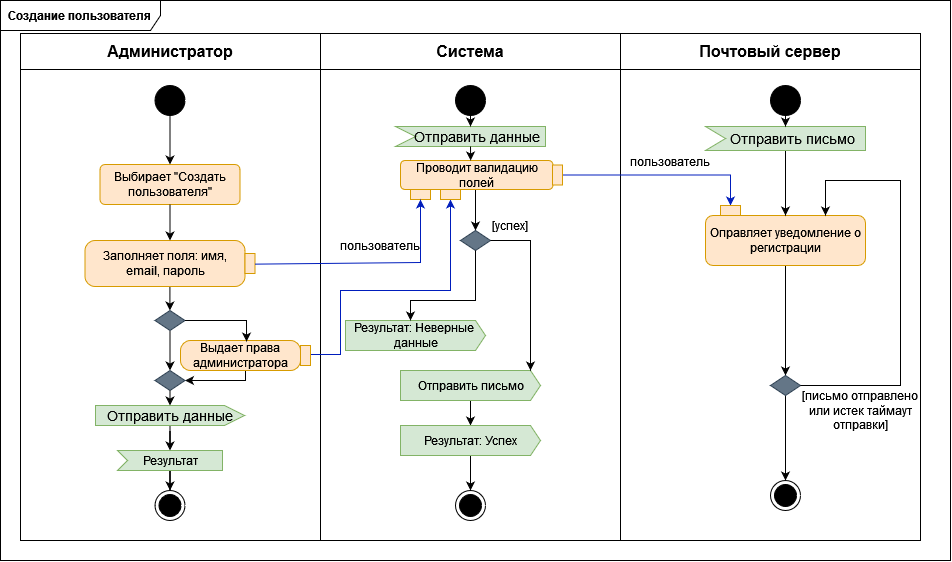
Before: docs/activity_diagrams/create_user.png, a diagram exported from draw.io (aVorotnikov/thunder_board). Source tidied: cells renumbered, new cells last; positions are measured from the earlier drawing's top-left corner, leaving out a move shared by most shapes.
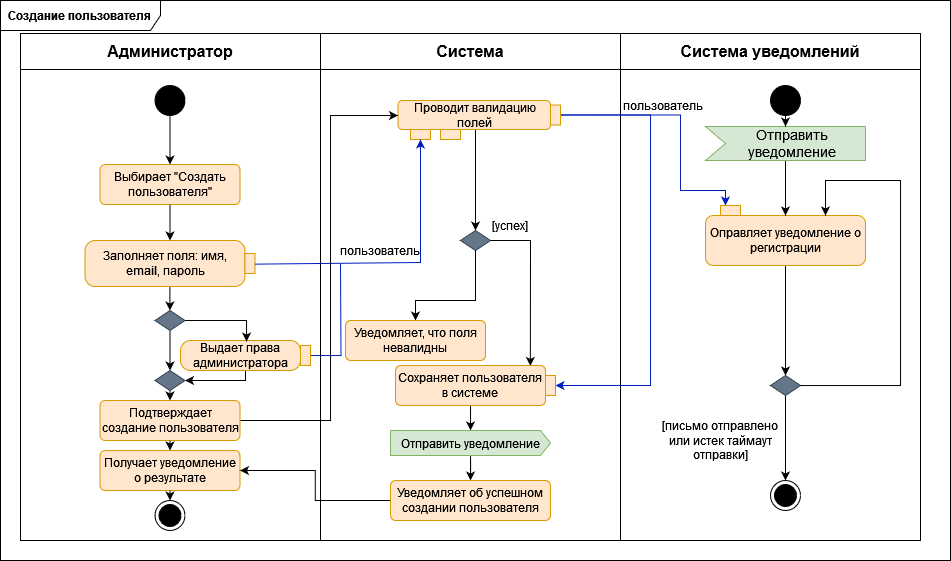
The same file after the commit.

Commit message:
Исправление сценариев создания пользователя и проекта

What changed in the source:
```diff
@@ -17,7 +17,7 @@
     <mxCell id="6" value="&lt;b&gt;Система&lt;/b&gt;" style="shape=partialRectangle;html=1;whiteSpace=wrap;strokeColor=inherit;overflow=hidden;fillColor=none;top=0;left=0;bottom=0;right=0;fontSize=16;" parent="4" vertex="1">
       <mxGeometry x="300" width="300" height="36" as="geometry" />
     </mxCell>
-    <mxCell id="7" value="&lt;b&gt;Почтовый сервер&lt;br&gt;&lt;/b&gt;" style="shape=partialRectangle;html=1;whiteSpace=wrap;strokeColor=inherit;overflow=hidden;fillColor=none;top=0;left=0;bottom=0;right=0;fontSize=16;" parent="4" vertex="1">
+    <mxCell id="7" value="&lt;b&gt;Система уведомлений&lt;/b&gt;" style="shape=partialRectangle;html=1;whiteSpace=wrap;strokeColor=inherit;overflow=hidden;fillColor=none;top=0;left=0;bottom=0;right=0;fontSize=16;" parent="4" vertex="1">
       <mxGeometry x="600" width="300" height="36" as="geometry" />
     </mxCell>
     <mxCell id="8" style="shape=tableRow;horizontal=0;startSize=0;swimlaneHead=0;swimlaneBody=0;strokeColor=inherit;top=0;left=0;bottom=0;right=0;fillColor=none;fontSize=16;" parent="3" vertex="1">
@@ -36,7 +36,7 @@
       <mxGeometry x="154.5" y="85" width="30" height="30" as="geometry" />
     </mxCell>
     <mxCell id="13" style="ellipse;html=1;shape=endState;fillColor=strokeColor;" parent="2" vertex="1">
-      <mxGeometry x="154.5" y="490" width="30" height="30" as="geometry" />
+      <mxGeometry x="154.5" y="500" width="30" height="30" as="geometry" />
     </mxCell>
     <mxCell id="14" style="edgeStyle=orthogonalEdgeStyle;rounded=0;orthogonalLoop=1;jettySize=auto;html=1;" parent="2" edge="1">
       <mxGeometry relative="1" as="geometry">
@@ -60,10 +60,10 @@
       </mxGeometry>
     </mxCell>
     <mxCell id="17" value="Проводит валидацию полей " style="rounded=1;whiteSpace=wrap;html=1;fillColor=#ffe6cc;strokeColor=#d79b00;" parent="2" vertex="1">
-      <mxGeometry x="400" y="160" width="152.5" height="29" as="geometry" />
+      <mxGeometry x="397.5" y="100" width="152.5" height="29" as="geometry" />
     </mxCell>
     <mxCell id="18" style="rounded=0;whiteSpace=wrap;html=1;fillColor=#ffe6cc;strokeColor=#d79b00;" parent="2" vertex="1">
-      <mxGeometry x="410" y="189" width="20" height="10" as="geometry" />
+      <mxGeometry x="410" y="129" width="20" height="10" as="geometry" />
     </mxCell>
     <mxCell id="19" style="endArrow=classic;html=1;rounded=0;entryX=0.5;entryY=1;entryDx=0;entryDy=0;exitX=1;exitY=0.514;exitDx=0;exitDy=0;exitPerimeter=0;fillColor=#0050ef;strokeColor=#001DBC;" parent="2" edge="1" source="15" target="18">
       <mxGeometry relative="1" as="geometry">
@@ -72,35 +72,29 @@
         </Array>
       </mxGeometry>
     </mxCell>
-    <mxCell id="20" style="edgeStyle=orthogonalEdgeStyle;rounded=0;jettySize=auto;html=1;" parent="2" edge="1" source="21" target="23">
-      <mxGeometry relative="1" as="geometry" />
+    <mxCell id="20" style="edgeStyle=orthogonalEdgeStyle;rounded=0;jettySize=auto;html=1;" parent="2" edge="1" target="23">
+      <mxGeometry relative="1" as="geometry">
+        <mxPoint x="470" y="400" as="sourcePoint" />
+        <Array as="points">
+          <mxPoint x="470" y="410" />
+          <mxPoint x="470" y="410" />
+        </Array>
+      </mxGeometry>
     </mxCell>
-    <mxCell id="21" value="Отправить письмо" style="html=1;shadow=0;dashed=0;align=center;verticalAlign=middle;shape=mxgraph.arrows2.arrow;dy=0;dx=10;notch=0;fillColor=#d5e8d4;strokeColor=#82b366;" parent="2" vertex="1">
-      <mxGeometry x="400" y="370" width="140" height="30" as="geometry" />
-    </mxCell>
-    <mxCell id="22" style="edgeStyle=orthogonalEdgeStyle;rounded=0;jettySize=auto;html=1;" parent="2" edge="1" source="23" target="60">
-      <mxGeometry relative="1" as="geometry" />
-    </mxCell>
+    <mxCell id="66" style="edgeStyle=orthogonalEdgeStyle;rounded=0;jettySize=auto;html=1;" parent="2" edge="1" source="23" target="78">
+      <mxGeometry relative="1" as="geometry" />
+    </mxCell>
-    <mxCell id="23" value="Результат: Успех" style="html=1;shadow=0;dashed=0;align=center;verticalAlign=middle;shape=mxgraph.arrows2.arrow;dy=0;dx=10;notch=0;fillColor=#d5e8d4;strokeColor=#82b366;" parent="2" vertex="1">
-      <mxGeometry x="400" y="425" width="140" height="30" as="geometry" />
+    <mxCell id="23" value="Отправить уведомление" style="html=1;shadow=0;dashed=0;align=center;verticalAlign=middle;shape=mxgraph.arrows2.arrow;dy=0;dx=10;notch=0;fillColor=#d5e8d4;strokeColor=#82b366;" parent="2" vertex="1">
+      <mxGeometry x="390" y="430" width="160" height="25" as="geometry" />
     </mxCell>
-    <mxCell id="24" value="&lt;div&gt;Результат: Неверные&amp;nbsp;&lt;/div&gt;&lt;div&gt;данные&lt;/div&gt;" style="html=1;shadow=0;dashed=0;align=center;verticalAlign=middle;shape=mxgraph.arrows2.arrow;dy=0;dx=10;notch=0;fillColor=#d5e8d4;strokeColor=#82b366;" parent="2" vertex="1">
-      <mxGeometry x="345" y="320" width="140" height="30" as="geometry" />
-    </mxCell>
-    <mxCell id="25" style="edgeStyle=orthogonalEdgeStyle;rounded=0;jettySize=auto;html=1;entryX=0.5;entryY=0;entryDx=0;entryDy=0;" parent="2" edge="1" source="26" target="13">
-      <mxGeometry relative="1" as="geometry" />
-    </mxCell>
-    <mxCell id="26" value="Результат" style="html=1;shadow=0;dashed=0;align=center;verticalAlign=middle;shape=mxgraph.arrows2.arrow;dy=0;dx=0;notch=10;fillColor=#d5e8d4;strokeColor=#82b366;" parent="2" vertex="1">
-      <mxGeometry x="117" y="450" width="105" height="20" as="geometry" />
-    </mxCell>
     <mxCell id="27" style="rhombus;whiteSpace=wrap;html=1;fillColor=#647687;fontColor=#ffffff;strokeColor=#314354;" parent="2" vertex="1">
       <mxGeometry x="460" y="230" width="30" height="20" as="geometry" />
     </mxCell>
-    <mxCell id="28" style="edgeStyle=orthogonalEdgeStyle;rounded=0;jettySize=auto;html=1;entryX=0;entryY=0;entryDx=65;entryDy=0;entryPerimeter=0;" parent="2" edge="1" source="27" target="24">
+    <mxCell id="28" style="edgeStyle=orthogonalEdgeStyle;rounded=0;jettySize=auto;html=1;entryX=0.5;entryY=0;entryDx=0;entryDy=0;" parent="2" edge="1" source="27" target="75">
       <mxGeometry relative="1" as="geometry">
         <Array as="points">
           <mxPoint x="475" y="300" />
-          <mxPoint x="410" y="300" />
+          <mxPoint x="415" y="300" />
         </Array>
       </mxGeometry>
     </mxCell>
@@ -110,7 +104,7 @@
     <mxCell id="30" value="Оправляет уведомление о регистрации" style="rounded=1;whiteSpace=wrap;html=1;fillColor=#ffe6cc;strokeColor=#d79b00;" parent="2" vertex="1">
       <mxGeometry x="705" y="215" width="160" height="50" as="geometry" />
     </mxCell>
-    <mxCell id="31" style="endArrow=classic;html=1;rounded=0;exitX=1;exitY=0.5;exitDx=0;exitDy=0;entryX=0;entryY=0;entryDx=130;entryDy=0;entryPerimeter=0;" parent="2" edge="1" source="27" target="21">
+    <mxCell id="31" style="endArrow=classic;html=1;rounded=0;exitX=1;exitY=0.5;exitDx=0;exitDy=0;entryX=0.899;entryY=0.011;entryDx=0;entryDy=0;entryPerimeter=0;" parent="2" edge="1" source="27" target="76">
       <mxGeometry relative="1" as="geometry">
         <Array as="points">
           <mxPoint x="530" y="240" />
@@ -136,7 +130,7 @@
       </mxGeometry>
     </mxCell>
     <mxCell id="36" value="[письмо отправлено или истек таймаут отправки]" style="text;html=1;strokeColor=none;fillColor=none;align=center;verticalAlign=middle;whiteSpace=wrap;rounded=0;" parent="2" vertex="1">
-      <mxGeometry x="790" y="395" width="140" height="30" as="geometry" />
+      <mxGeometry x="650" y="425" width="140" height="30" as="geometry" />
     </mxCell>
     <mxCell id="37" style="edgeStyle=orthogonalEdgeStyle;rounded=0;jettySize=auto;html=1;" parent="2" edge="1" source="38" target="44">
       <mxGeometry relative="1" as="geometry" />
@@ -144,15 +138,6 @@
     <mxCell id="38" style="rhombus;whiteSpace=wrap;html=1;fillColor=#647687;fontColor=#ffffff;strokeColor=#314354;" parent="2" vertex="1">
       <mxGeometry x="154.5" y="310" width="30" height="20" as="geometry" />
     </mxCell>
-    <mxCell id="39" style="edgeStyle=orthogonalEdgeStyle;rounded=0;jettySize=auto;html=1;entryX=0.5;entryY=1;entryDx=0;entryDy=0;fillColor=#0050ef;strokeColor=#001DBC;" parent="2" edge="1" source="41" target="43">
-      <mxGeometry relative="1" as="geometry">
-        <Array as="points">
-          <mxPoint x="340" y="354" />
-          <mxPoint x="340" y="290" />
-          <mxPoint x="450" y="290" />
-        </Array>
-      </mxGeometry>
-    </mxCell>
     <mxCell id="40" style="edgeStyle=orthogonalEdgeStyle;rounded=0;jettySize=auto;html=1;entryX=1;entryY=0.5;entryDx=0;entryDy=0;" parent="2" edge="1" source="41" target="44">
       <mxGeometry relative="1" as="geometry">
         <Array as="points">
@@ -160,6 +145,11 @@
         </Array>
       </mxGeometry>
     </mxCell>
+    <mxCell id="67" style="edgeStyle=orthogonalEdgeStyle;rounded=0;jettySize=auto;html=1;endArrow=none;endFill=0;fillColor=#0050ef;strokeColor=#001DBC;" parent="2" edge="1" source="41">
+      <mxGeometry relative="1" as="geometry">
+        <mxPoint x="340" y="263" as="targetPoint" />
+      </mxGeometry>
+    </mxCell>
     <mxCell id="41" value="Выдает права администратора" style="shape=mxgraph.uml25.action;html=1;align=center;verticalAlign=middle;absoluteArcSize=1;arcSize=10;dashed=0;spacingRight=10;whiteSpace=wrap;fillColor=#ffe6cc;strokeColor=#d79b00;" parent="2" vertex="1">
       <mxGeometry x="180" y="340" width="130" height="30" as="geometry" />
     </mxCell>
@@ -171,67 +161,62 @@
       </mxGeometry>
     </mxCell>
     <mxCell id="43" style="rounded=0;whiteSpace=wrap;html=1;fillColor=#ffe6cc;strokeColor=#d79b00;rotation=0;" parent="2" vertex="1">
-      <mxGeometry x="440" y="189" width="20" height="10" as="geometry" />
+      <mxGeometry x="440" y="129" width="20" height="10" as="geometry" />
     </mxCell>
     <mxCell id="44" style="rhombus;whiteSpace=wrap;html=1;fillColor=#647687;fontColor=#ffffff;strokeColor=#314354;" parent="2" vertex="1">
       <mxGeometry x="154.5" y="370" width="30" height="20" as="geometry" />
     </mxCell>
     <mxCell id="45" value="пользователь" style="text;html=1;strokeColor=none;fillColor=none;align=center;verticalAlign=middle;whiteSpace=wrap;rounded=0;" parent="2" vertex="1">
-      <mxGeometry x="350" y="230" width="60" height="30" as="geometry" />
+      <mxGeometry x="350" y="235" width="60" height="30" as="geometry" />
     </mxCell>
-    <mxCell id="46" style="edgeStyle=orthogonalEdgeStyle;rounded=0;jettySize=auto;html=1;entryX=0.5;entryY=0;entryDx=0;entryDy=0;fillColor=#0050ef;strokeColor=#001DBC;" parent="2" edge="1" source="47" target="48">
-      <mxGeometry relative="1" as="geometry" />
+    <mxCell id="46" style="edgeStyle=orthogonalEdgeStyle;rounded=0;jettySize=auto;html=1;entryX=0.25;entryY=0;entryDx=0;entryDy=0;fillColor=#0050ef;strokeColor=#001DBC;" parent="2" edge="1" source="47" target="48">
+      <mxGeometry relative="1" as="geometry">
+        <Array as="points">
+          <mxPoint x="680" y="115" />
+          <mxPoint x="680" y="190" />
+          <mxPoint x="725" y="190" />
+        </Array>
+      </mxGeometry>
     </mxCell>
+    <mxCell id="68" style="edgeStyle=orthogonalEdgeStyle;rounded=0;jettySize=auto;html=1;entryX=0.5;entryY=1;entryDx=0;entryDy=0;fillColor=#0050ef;strokeColor=#001DBC;" parent="2" edge="1" source="47" target="79">
+      <mxGeometry relative="1" as="geometry">
+        <Array as="points">
+          <mxPoint x="650" y="114" />
+          <mxPoint x="650" y="385" />
+        </Array>
+      </mxGeometry>
+    </mxCell>
     <mxCell id="47" style="rounded=0;whiteSpace=wrap;html=1;fillColor=#ffe6cc;strokeColor=#d79b00;rotation=-90;" parent="2" vertex="1">
-      <mxGeometry x="547" y="169.5" width="20" height="10" as="geometry" />
+      <mxGeometry x="545" y="109.5" width="20" height="10" as="geometry" />
     </mxCell>
     <mxCell id="48" style="rounded=0;whiteSpace=wrap;html=1;fillColor=#ffe6cc;strokeColor=#d79b00;" parent="2" vertex="1">
       <mxGeometry x="720" y="205" width="20" height="10" as="geometry" />
     </mxCell>
     <mxCell id="49" value="пользователь" style="text;html=1;strokeColor=none;fillColor=none;align=center;verticalAlign=middle;whiteSpace=wrap;rounded=0;" parent="2" vertex="1">
-      <mxGeometry x="640" y="146" width="60" height="30" as="geometry" />
+      <mxGeometry x="633" y="89.5" width="60" height="30" as="geometry" />
     </mxCell>
     <mxCell id="50" value="Выбирает &quot;Создать пользователя&quot;" style="html=1;align=center;verticalAlign=middle;rounded=1;absoluteArcSize=1;arcSize=10;dashed=0;whiteSpace=wrap;fillColor=#ffe6cc;strokeColor=#d79b00;" parent="2" vertex="1">
       <mxGeometry x="99.5" y="164" width="140" height="40" as="geometry" />
     </mxCell>
-    <mxCell id="51" value="Отправить данные" style="html=1;shape=mxgraph.infographic.ribbonSimple;notch1=0;notch2=20;align=center;verticalAlign=middle;fontSize=14;fontStyle=0;fillColor=#d5e8d4;whiteSpace=wrap;strokeColor=#82b366;" parent="2" vertex="1">
-      <mxGeometry x="95" y="405" width="149" height="20" as="geometry" />
-    </mxCell>
-    <mxCell id="52" style="edgeStyle=orthogonalEdgeStyle;rounded=0;jettySize=auto;html=1;entryX=0;entryY=0;entryDx=52.5;entryDy=0;entryPerimeter=0;" parent="2" edge="1" source="51" target="26">
-      <mxGeometry relative="1" as="geometry" />
-    </mxCell>
-    <mxCell id="53" style="endArrow=classic;html=1;rounded=0;exitX=0.5;exitY=1;exitDx=0;exitDy=0;" parent="2" edge="1" source="44" target="51">
-      <mxGeometry relative="1" as="geometry" />
-    </mxCell>
     <mxCell id="54" style="endArrow=classic;html=1;rounded=0;exitX=0.5;exitY=1;exitDx=0;exitDy=0;" parent="2" edge="1" source="50" target="15">
       <mxGeometry relative="1" as="geometry" />
     </mxCell>
     <mxCell id="55" style="endArrow=classic;html=1;rounded=0;exitX=0.5;exitY=1;exitDx=0;exitDy=0;entryX=0.5;entryY=0;entryDx=0;entryDy=0;" parent="2" edge="1" source="12" target="50">
       <mxGeometry relative="1" as="geometry" />
     </mxCell>
-    <mxCell id="56" style="ellipse;fillColor=strokeColor;html=1;" parent="2" vertex="1">
-      <mxGeometry x="455" y="85" width="30" height="30" as="geometry" />
-    </mxCell>
-    <mxCell id="57" value="Отправить данные" style="html=1;shape=mxgraph.infographic.ribbonSimple;notch1=20;notch2=0;align=center;verticalAlign=middle;fontSize=14;fontStyle=0;fillColor=#d5e8d4;flipH=0;spacingRight=0;spacingLeft=14;whiteSpace=wrap;strokeColor=#82b366;" parent="2" vertex="1">
-      <mxGeometry x="395" y="126" width="150" height="20" as="geometry" />
-    </mxCell>
-    <mxCell id="58" style="endArrow=classic;html=1;rounded=0;exitX=0;exitY=0;exitDx=75;exitDy=20;exitPerimeter=0;entryX=0.46;entryY=0;entryDx=0;entryDy=0;entryPerimeter=0;" parent="2" edge="1" source="57" target="17">
-      <mxGeometry relative="1" as="geometry" />
-    </mxCell>
-    <mxCell id="59" style="endArrow=classic;html=1;rounded=0;exitX=0.5;exitY=1;exitDx=0;exitDy=0;entryX=0;entryY=0;entryDx=75;entryDy=0;entryPerimeter=0;" parent="2" edge="1" source="56" target="57">
-      <mxGeometry relative="1" as="geometry" />
+    <mxCell id="59" style="endArrow=classic;html=1;rounded=0;exitX=0.5;exitY=1;exitDx=0;exitDy=0;entryX=0;entryY=0;entryDx=75;entryDy=0;entryPerimeter=0;" parent="2" edge="1" source="x">
+      <mxGeometry relative="1" as="geometry">
+        <mxPoint x="470" y="126" as="targetPoint" />
+      </mxGeometry>
     </mxCell>
-    <mxCell id="60" style="ellipse;html=1;shape=endState;fillColor=strokeColor;" parent="2" vertex="1">
-      <mxGeometry x="455" y="490" width="30" height="30" as="geometry" />
-    </mxCell>
     <mxCell id="61" style="ellipse;fillColor=strokeColor;html=1;" parent="2" vertex="1">
       <mxGeometry x="770" y="85" width="30" height="30" as="geometry" />
     </mxCell>
     <mxCell id="62" style="edgeStyle=orthogonalEdgeStyle;rounded=0;jettySize=auto;html=1;entryX=0.5;entryY=0;entryDx=0;entryDy=0;" parent="2" edge="1" source="63" target="30">
       <mxGeometry relative="1" as="geometry" />
     </mxCell>
-    <mxCell id="63" value="Отправить письмо" style="html=1;shape=mxgraph.infographic.ribbonSimple;notch1=20;notch2=0;align=center;verticalAlign=middle;fontSize=14;fontStyle=0;fillColor=#d5e8d4;flipH=0;spacingRight=0;spacingLeft=14;whiteSpace=wrap;strokeColor=#82b366;" parent="2" vertex="1">
-      <mxGeometry x="705" y="126" width="160" height="24" as="geometry" />
+    <mxCell id="63" value="Отправить уведомление" style="html=1;shape=mxgraph.infographic.ribbonSimple;notch1=20;notch2=0;align=center;verticalAlign=middle;fontSize=14;fontStyle=0;fillColor=#d5e8d4;flipH=0;spacingRight=0;spacingLeft=14;whiteSpace=wrap;strokeColor=#82b366;" parent="2" vertex="1">
+      <mxGeometry x="705" y="126" width="160" height="34" as="geometry" />
     </mxCell>
     <mxCell id="64" style="ellipse;html=1;shape=endState;fillColor=strokeColor;" parent="2" vertex="1">
       <mxGeometry x="770" y="480" width="30" height="30" as="geometry" />
@@ -239,5 +224,44 @@
     <mxCell id="65" style="endArrow=classic;html=1;rounded=0;exitX=0.5;exitY=1;exitDx=0;exitDy=0;entryX=0;entryY=0;entryDx=80;entryDy=0;entryPerimeter=0;" parent="2" edge="1" source="61" target="63">
       <mxGeometry relative="1" as="geometry" />
     </mxCell>
+    <mxCell id="69" style="edgeStyle=orthogonalEdgeStyle;rounded=0;jettySize=auto;html=1;entryX=0;entryY=0.5;entryDx=0;entryDy=0;" parent="2" edge="1" source="70" target="17">
+      <mxGeometry relative="1" as="geometry">
+        <Array as="points">
+          <mxPoint x="330" y="420" />
+          <mxPoint x="330" y="115" />
+          <mxPoint x="398" y="115" />
+        </Array>
+      </mxGeometry>
+    </mxCell>
+    <mxCell id="70" value="Подтверждает создание пользователя" style="html=1;align=center;verticalAlign=middle;rounded=1;absoluteArcSize=1;arcSize=10;dashed=0;whiteSpace=wrap;fillColor=#ffe6cc;strokeColor=#d79b00;" parent="2" vertex="1">
+      <mxGeometry x="99.5" y="400" width="140" height="40" as="geometry" />
+    </mxCell>
+    <mxCell id="71" value="Получает уведомление о результате" style="html=1;align=center;verticalAlign=middle;rounded=1;absoluteArcSize=1;arcSize=10;dashed=0;whiteSpace=wrap;fillColor=#ffe6cc;strokeColor=#d79b00;" parent="2" vertex="1">
+      <mxGeometry x="99.5" y="450" width="140" height="40" as="geometry" />
+    </mxCell>
+    <mxCell id="72" style="endArrow=classic;html=1;rounded=0;exitX=0.5;exitY=1;exitDx=0;exitDy=0;entryX=0.5;entryY=0;entryDx=0;entryDy=0;" parent="2" edge="1" source="44" target="70">
+      <mxGeometry relative="1" as="geometry" />
+    </mxCell>
+    <mxCell id="73" style="endArrow=classic;html=1;rounded=0;exitX=0.5;exitY=1;exitDx=0;exitDy=0;entryX=0.5;entryY=0;entryDx=0;entryDy=0;" parent="2" edge="1" source="70" target="71">
+      <mxGeometry relative="1" as="geometry" />
+    </mxCell>
+    <mxCell id="74" style="endArrow=classic;html=1;rounded=0;exitX=0.5;exitY=1;exitDx=0;exitDy=0;entryX=0.5;entryY=0;entryDx=0;entryDy=0;" parent="2" edge="1" source="71" target="13">
+      <mxGeometry relative="1" as="geometry" />
+    </mxCell>
+    <mxCell id="75" value="Уведомляет, что поля невалидны" style="html=1;align=center;verticalAlign=middle;rounded=1;absoluteArcSize=1;arcSize=10;dashed=0;whiteSpace=wrap;fillColor=#ffe6cc;strokeColor=#d79b00;" parent="2" vertex="1">
+      <mxGeometry x="345" y="320" width="140" height="40" as="geometry" />
+    </mxCell>
+    <mxCell id="76" value="Сохраняет пользователя в системе" style="html=1;align=center;verticalAlign=middle;rounded=1;absoluteArcSize=1;arcSize=10;dashed=0;whiteSpace=wrap;fillColor=#ffe6cc;strokeColor=#d79b00;" parent="2" vertex="1">
+      <mxGeometry x="395" y="365" width="150" height="40" as="geometry" />
+    </mxCell>
+    <mxCell id="77" style="edgeStyle=orthogonalEdgeStyle;rounded=0;jettySize=auto;html=1;entryX=1;entryY=0.5;entryDx=0;entryDy=0;" parent="2" edge="1" source="78" target="71">
+      <mxGeometry relative="1" as="geometry" />
+    </mxCell>
+    <mxCell id="78" value="Уведомляет об успешном создании пользователя" style="html=1;align=center;verticalAlign=middle;rounded=1;absoluteArcSize=1;arcSize=10;dashed=0;whiteSpace=wrap;fillColor=#ffe6cc;strokeColor=#d79b00;" parent="2" vertex="1">
+      <mxGeometry x="390" y="480" width="160" height="40" as="geometry" />
+    </mxCell>
+    <mxCell id="79" style="rounded=0;whiteSpace=wrap;html=1;fillColor=#ffe6cc;strokeColor=#d79b00;rotation=-90;" parent="2" vertex="1">
+      <mxGeometry x="540" y="380" width="20" height="10" as="geometry" />
+    </mxCell>
   </root>
 </mxGraphModel>
```
